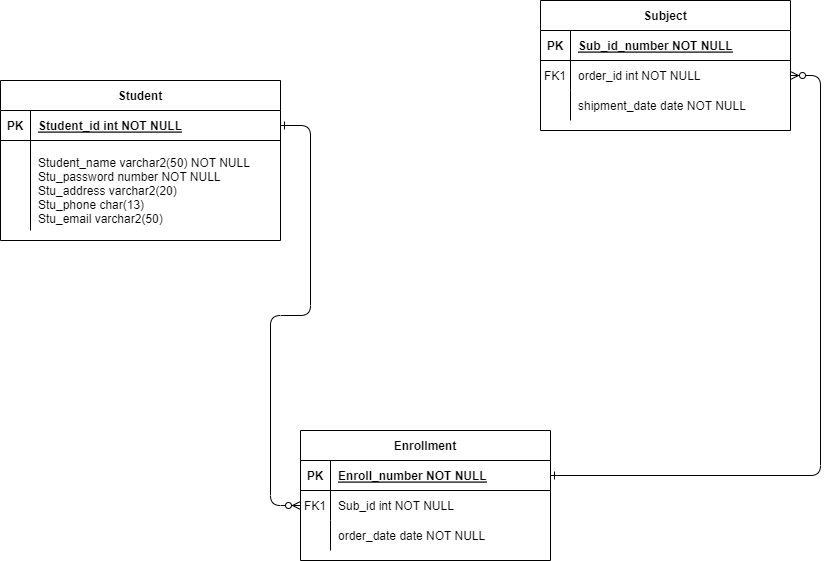
Before: shinhan_project1.drawio.png, a diagram exported from draw.io (seoyoung98/Enrollment). Source tidied: cells renumbered, new cells last; positions are measured from the earlier drawing's top-left corner, leaving out a move shared by most shapes.
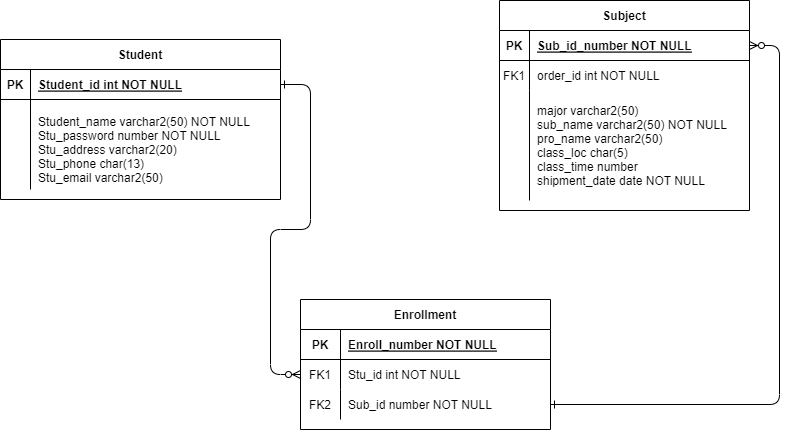
Above is the later version.

The edit, as a diff of the source:
```diff
@@ -5,8 +5,15 @@
     <mxCell id="2" style="edgeStyle=entityRelationEdgeStyle;endArrow=ERzeroToMany;startArrow=ERone;endFill=1;startFill=0;" parent="1" edge="1" source="25" target="8">
       <mxGeometry relative="1" as="geometry" />
     </mxCell>
-    <mxCell id="3" style="edgeStyle=entityRelationEdgeStyle;endArrow=ERzeroToMany;startArrow=ERone;endFill=1;startFill=0;" parent="1" edge="1" source="5" target="18">
-      <mxGeometry relative="1" as="geometry" />
+    <mxCell id="3" style="edgeStyle=entityRelationEdgeStyle;endArrow=ERzeroToMany;startArrow=ERone;endFill=1;startFill=0;exitX=1;exitY=0.5;exitDx=0;exitDy=0;" parent="1" edge="1" source="11" target="15">
+      <mxGeometry relative="1" as="geometry">
+        <Array as="points">
+          <mxPoint x="620" y="530" />
+          <mxPoint x="660" y="420" />
+          <mxPoint x="750" y="430" />
+          <mxPoint x="660" y="370" />
+        </Array>
+      </mxGeometry>
     </mxCell>
     <mxCell id="4" value="Enrollment" style="shape=table;startSize=30;rowLines=0;fontStyle=1;align=center;" parent="1" vertex="1">
       <mxGeometry x="300" y="430" width="250" height="130" as="geometry" />
@@ -15,31 +22,31 @@
       <mxGeometry y="30" width="250" height="30" as="geometry" />
     </mxCell>
     <mxCell id="6" value="PK" style="shape=partialRectangle;overflow=hidden;fillColor=none;top=0;left=0;bottom=0;right=0;fontStyle=1;" parent="5" vertex="1">
-      <mxGeometry width="30" height="30" as="geometry" />
+      <mxGeometry width="40" height="30" as="geometry" />
     </mxCell>
     <mxCell id="7" value="Enroll_number NOT NULL " style="shape=partialRectangle;overflow=hidden;fillColor=none;top=0;left=0;bottom=0;right=0;align=left;spacingLeft=6;fontStyle=5;" parent="5" vertex="1">
-      <mxGeometry x="30" width="220" height="30" as="geometry" />
+      <mxGeometry x="40" width="210" height="30" as="geometry" />
     </mxCell>
     <mxCell id="8" style="shape=partialRectangle;fillColor=none;points=[[0,0.5],[1,0.5]];portConstraint=eastwest;top=0;left=0;right=0;bottom=0;" parent="4" vertex="1">
       <mxGeometry y="60" width="250" height="30" as="geometry" />
     </mxCell>
     <mxCell id="9" value="FK1" style="shape=partialRectangle;overflow=hidden;fillColor=none;top=0;left=0;bottom=0;right=0;" parent="8" vertex="1">
-      <mxGeometry width="30" height="30" as="geometry" />
+      <mxGeometry width="40" height="30" as="geometry" />
     </mxCell>
-    <mxCell id="10" value="Sub_id int NOT NULL" style="shape=partialRectangle;overflow=hidden;fillColor=none;top=0;left=0;bottom=0;right=0;align=left;spacingLeft=6;" parent="8" vertex="1">
-      <mxGeometry x="30" width="220" height="30" as="geometry" />
+    <mxCell id="10" value="Stu_id int NOT NULL" style="shape=partialRectangle;overflow=hidden;fillColor=none;top=0;left=0;bottom=0;right=0;align=left;spacingLeft=6;" parent="8" vertex="1">
+      <mxGeometry x="40" width="210" height="30" as="geometry" />
     </mxCell>
     <mxCell id="11" style="shape=partialRectangle;fillColor=none;points=[[0,0.5],[1,0.5]];portConstraint=eastwest;top=0;left=0;right=0;bottom=0;" parent="4" vertex="1">
       <mxGeometry y="90" width="250" height="30" as="geometry" />
     </mxCell>
-    <mxCell id="12" style="shape=partialRectangle;overflow=hidden;fillColor=none;top=0;left=0;bottom=0;right=0;" parent="11" vertex="1">
-      <mxGeometry width="30" height="30" as="geometry" />
+    <mxCell id="12" value="FK2" style="shape=partialRectangle;overflow=hidden;fillColor=none;top=0;left=0;bottom=0;right=0;" parent="11" vertex="1">
+      <mxGeometry width="40" height="30" as="geometry" />
     </mxCell>
-    <mxCell id="13" value="order_date date NOT NULL" style="shape=partialRectangle;overflow=hidden;fillColor=none;top=0;left=0;bottom=0;right=0;align=left;spacingLeft=6;" parent="11" vertex="1">
-      <mxGeometry x="30" width="220" height="30" as="geometry" />
+    <mxCell id="13" value="Sub_id number NOT NULL" style="shape=partialRectangle;overflow=hidden;fillColor=none;top=0;left=0;bottom=0;right=0;align=left;spacingLeft=6;" parent="11" vertex="1">
+      <mxGeometry x="40" width="210" height="30" as="geometry" />
     </mxCell>
     <mxCell id="14" value="Subject" style="shape=table;startSize=30;rowLines=0;fontStyle=1;align=center;" parent="1" vertex="1">
-      <mxGeometry x="540" width="250" height="130" as="geometry" />
+      <mxGeometry x="499" y="131" width="250" height="210" as="geometry" />
     </mxCell>
     <mxCell id="15" style="shape=partialRectangle;fillColor=none;points=[[0,0.5],[1,0.5]];portConstraint=eastwest;top=0;left=0;right=0;bottom=1;" parent="14" vertex="1">
       <mxGeometry y="30" width="250" height="30" as="geometry" />
@@ -60,16 +67,16 @@
       <mxGeometry x="30" width="220" height="30" as="geometry" />
     </mxCell>
     <mxCell id="21" style="shape=partialRectangle;fillColor=none;top=0;left=0;right=0;bottom=0;" parent="14" vertex="1">
-      <mxGeometry y="90" width="250" height="30" as="geometry" />
+      <mxGeometry y="90" width="250" height="110" as="geometry" />
     </mxCell>
     <mxCell id="22" style="shape=partialRectangle;overflow=hidden;fillColor=none;top=0;left=0;bottom=0;right=0;" parent="21" vertex="1">
-      <mxGeometry width="30" height="30" as="geometry" />
+      <mxGeometry width="30" height="110" as="geometry" />
     </mxCell>
-    <mxCell id="23" value="shipment_date date NOT NULL" style="shape=partialRectangle;overflow=hidden;fillColor=none;top=0;left=0;bottom=0;right=0;align=left;spacingLeft=6;" parent="21" vertex="1">
-      <mxGeometry x="30" width="220" height="30" as="geometry" />
+    <mxCell id="23" value="major varchar2(50)&#10;sub_name varchar2(50) NOT NULL&#10;pro_name varchar2(50)&#10;class_loc char(5)&#10;class_time number&#10;shipment_date date NOT NULL" style="shape=partialRectangle;overflow=hidden;fillColor=none;top=0;left=0;bottom=0;right=0;align=left;spacingLeft=6;" parent="21" vertex="1">
+      <mxGeometry x="30" width="220" height="110" as="geometry" />
     </mxCell>
     <mxCell id="24" value="Student" style="shape=table;startSize=30;rowLines=0;fontStyle=1;align=center;" parent="1" vertex="1">
-      <mxGeometry y="80" width="280" height="160" as="geometry" />
+      <mxGeometry y="170" width="280" height="160" as="geometry" />
     </mxCell>
     <mxCell id="25" style="shape=partialRectangle;fillColor=none;points=[[0,0.5],[1,0.5]];portConstraint=eastwest;top=0;left=0;right=0;bottom=1;" parent="24" vertex="1">
       <mxGeometry y="30" width="280" height="30" as="geometry" />
```
